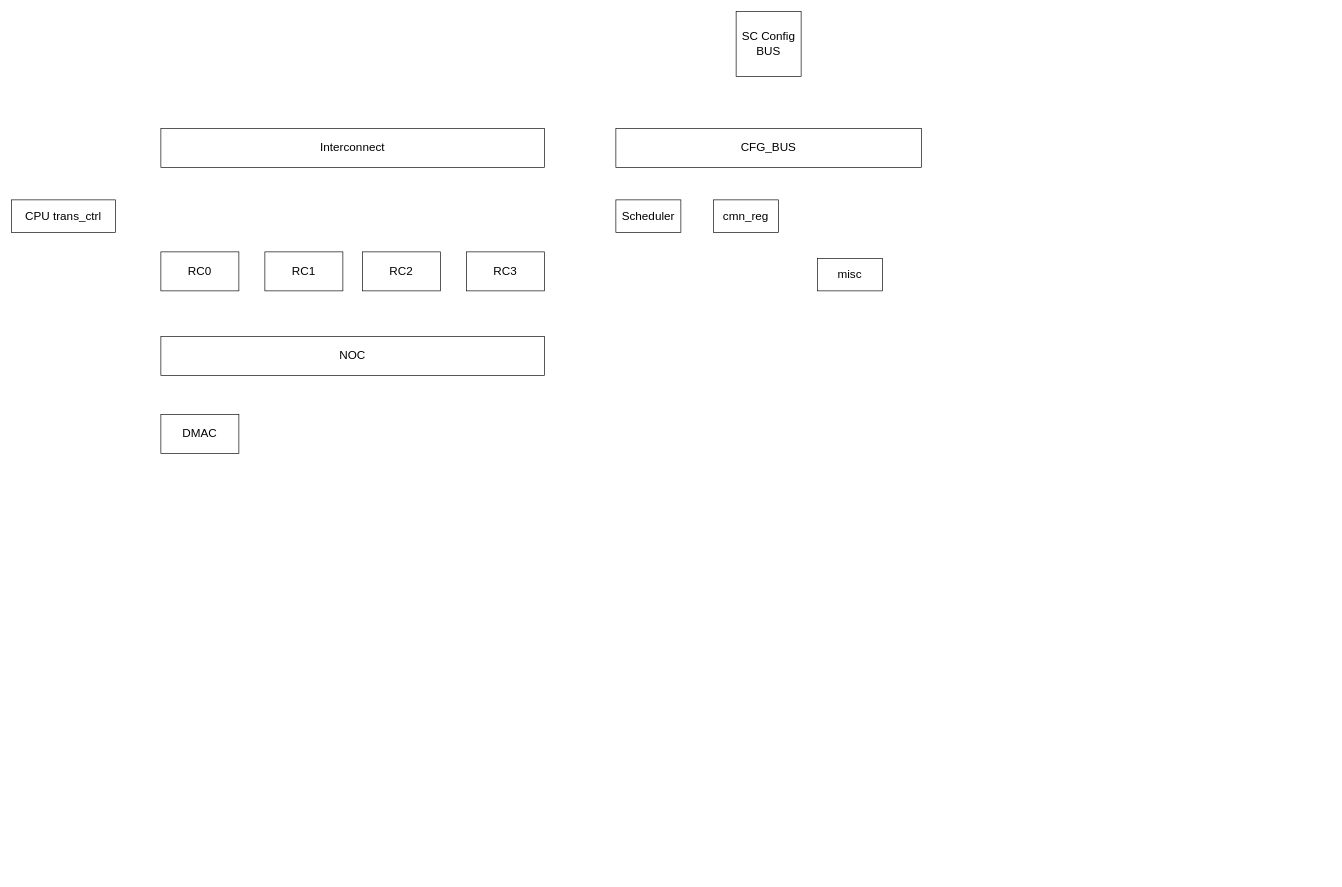
ASIC-Design/test keeps this draw.io diagram as page "Page-6" (6 of 7) of Untitled Diagram.drawio. Above is the earlier version. Source tidied: cells renumbered, new cells numbered last; positions are measured from the earlier drawing's top-left corner, leaving out a move shared by most shapes. Both pictures are drawn from the tidied source at 65%, with x=0, y=0 at pixel (11, 11).
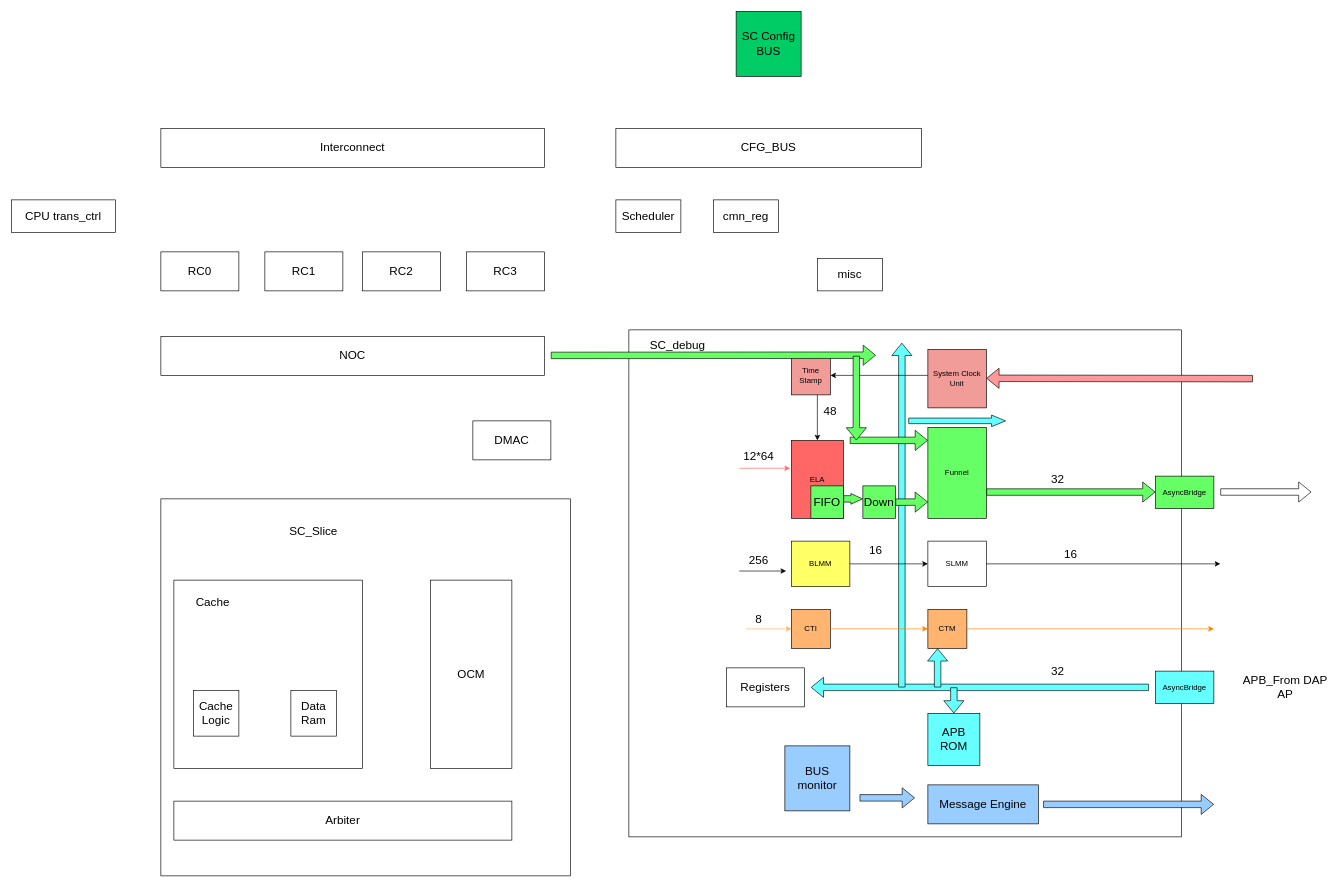
Above is the later version.

The edit, as a diff of the source:
```diff
@@
+    <mxCell id="15" style="rounded=0;whiteSpace=wrap;html=1;fontSize=18;" parent="1" vertex="1">
+      <mxGeometry x="950" y="490" width="850" height="780" as="geometry" />
+    </mxCell>
+    <mxCell id="16" style="rounded=0;whiteSpace=wrap;html=1;fontSize=18;strokeColor=#000000;fillColor=#FFFFFF;" parent="1" vertex="1">
+      <mxGeometry x="230" y="750" width="630" height="580" as="geometry" />
+    </mxCell>
@@
     <mxCell id="9" value="DMAC" style="rounded=0;whiteSpace=wrap;html=1;fontSize=18;" parent="1" vertex="1">
-      <mxGeometry x="230" y="620" width="120" height="60" as="geometry" />
+      <mxGeometry x="710" y="630" width="120" height="60" as="geometry" />
     </mxCell>
@@
-    <mxCell id="14" value="SC Config BUS" style="whiteSpace=wrap;html=1;fontSize=18;" parent="1" vertex="1">
+    <mxCell id="14" value="SC Config BUS" style="whiteSpace=wrap;html=1;fontSize=18;fillColor=#00CC66;" parent="1" vertex="1">
       <mxGeometry x="1115" width="100" height="100" as="geometry" />
     </mxCell>
+    <mxCell id="17" value="ELA" style="rounded=0;whiteSpace=wrap;html=1;fillColor=#FF6666;" parent="1" vertex="1">
+      <mxGeometry x="1200" y="660" width="80" height="120" as="geometry" />
+    </mxCell>
+    <mxCell id="18" value="BLMM" style="rounded=0;whiteSpace=wrap;html=1;fillColor=#FFFF66;" parent="1" vertex="1">
+      <mxGeometry x="1200" y="815" width="90" height="70" as="geometry" />
+    </mxCell>
+    <mxCell id="19" value="Funnel" style="rounded=0;whiteSpace=wrap;html=1;fillColor=#66FF66;" parent="1" vertex="1">
+      <mxGeometry x="1410" y="640" width="90" height="140" as="geometry" />
+    </mxCell>
+    <mxCell id="20" value="SLMM" style="rounded=0;whiteSpace=wrap;html=1;" parent="1" vertex="1">
+      <mxGeometry x="1410" y="815" width="90" height="70" as="geometry" />
+    </mxCell>
+    <mxCell id="21" value="CTI" style="whiteSpace=wrap;html=1;fillColor=#FFB570;" parent="1" vertex="1">
+      <mxGeometry x="1200" y="920" width="60" height="60" as="geometry" />
+    </mxCell>
+    <mxCell id="22" value="CTM" style="whiteSpace=wrap;html=1;fillColor=#FFB570;" parent="1" vertex="1">
+      <mxGeometry x="1410" y="920" width="60" height="60" as="geometry" />
+    </mxCell>
+    <mxCell id="23" style="shape=flexArrow;endArrow=classic;html=1;rounded=0;" parent="1" edge="1">
+      <mxGeometry relative="1" as="geometry">
+        <mxPoint x="1860" y="739.4" as="sourcePoint" />
+        <mxPoint x="2000" y="739.4" as="targetPoint" />
+      </mxGeometry>
+    </mxCell>
+    <mxCell id="24" style="shape=flexArrow;endArrow=classic;html=1;rounded=0;fillColor=#66FF66;" parent="1" edge="1">
+      <mxGeometry relative="1" as="geometry">
+        <mxPoint x="1500" y="739.5" as="sourcePoint" />
+        <mxPoint x="1760" y="739.5" as="targetPoint" />
+      </mxGeometry>
+    </mxCell>
+    <mxCell id="25" value="AsyncBridge" style="rounded=0;whiteSpace=wrap;html=1;strokeColor=#000000;fillColor=#66FF66;" parent="1" vertex="1">
+      <mxGeometry x="1760" y="715" width="90" height="50" as="geometry" />
+    </mxCell>
+    <mxCell id="26" value="Time Stamp" style="whiteSpace=wrap;html=1;fillColor=#F19C99;" parent="1" vertex="1">
+      <mxGeometry x="1200" y="530" width="60" height="60" as="geometry" />
+    </mxCell>
+    <mxCell id="27" style="shape=flexArrow;endArrow=classic;html=1;rounded=0;fillColor=#FF9999;" parent="1" edge="1">
+      <mxGeometry relative="1" as="geometry">
+        <mxPoint x="1910" y="565" as="sourcePoint" />
+        <mxPoint x="1500" y="564.5" as="targetPoint" />
+      </mxGeometry>
+    </mxCell>
+    <mxCell id="28" value="System Clock Unit" style="whiteSpace=wrap;html=1;fillColor=#F19C99;" parent="1" vertex="1">
+      <mxGeometry x="1410" y="520" width="90" height="90" as="geometry" />
+    </mxCell>
+    <mxCell id="29" value="BUS monitor" style="whiteSpace=wrap;html=1;fontSize=18;fillColor=#99CCFF;" parent="1" vertex="1">
+      <mxGeometry x="1190" y="1130" width="100" height="100" as="geometry" />
+    </mxCell>
+    <mxCell id="30" value="APB ROM" style="whiteSpace=wrap;html=1;fontSize=18;fillColor=#66FFFF;" parent="1" vertex="1">
+      <mxGeometry x="1410" y="1080" width="80" height="80" as="geometry" />
+    </mxCell>
+    <mxCell id="31" style="shape=flexArrow;endArrow=classic;html=1;rounded=0;fontSize=18;fillColor=#66FFFF;" parent="1" edge="1">
+      <mxGeometry relative="1" as="geometry">
+        <mxPoint x="1750" y="1040" as="sourcePoint" />
+        <mxPoint x="1230" y="1040" as="targetPoint" />
+      </mxGeometry>
+    </mxCell>
+    <mxCell id="32" style="shape=flexArrow;endArrow=classic;html=1;rounded=0;fontSize=18;fillColor=#66FFFF;entryX=0.5;entryY=0;entryDx=0;entryDy=0;" parent="1" edge="1" target="30">
+      <mxGeometry relative="1" as="geometry">
+        <mxPoint x="1450" y="1040" as="sourcePoint" />
+      </mxGeometry>
+    </mxCell>
+    <mxCell id="33" style="shape=flexArrow;endArrow=classic;html=1;rounded=0;fontSize=18;fillColor=#66FFFF;" parent="1" edge="1">
+      <mxGeometry relative="1" as="geometry">
+        <mxPoint x="1370" y="1040" as="sourcePoint" />
+        <mxPoint x="1370" y="510" as="targetPoint" />
+      </mxGeometry>
+    </mxCell>
+    <mxCell id="34" style="shape=flexArrow;endArrow=classic;html=1;rounded=0;fontSize=18;fillColor=#66FFFF;entryX=0.25;entryY=1;entryDx=0;entryDy=0;" parent="1" edge="1" target="22">
+      <mxGeometry relative="1" as="geometry">
+        <mxPoint x="1425" y="1040" as="sourcePoint" />
+      </mxGeometry>
+    </mxCell>
+    <mxCell id="35" style="shape=flexArrow;endArrow=classic;html=1;rounded=0;fontSize=18;fillColor=#66FFFF;width=8.571428571428571;endSize=6.8428571428571425;endWidth=8.299319727891158;" parent="1" edge="1">
+      <mxGeometry relative="1" as="geometry">
+        <mxPoint x="1380" y="630" as="sourcePoint" />
+        <mxPoint x="1530" y="630" as="targetPoint" />
+      </mxGeometry>
+    </mxCell>
+    <mxCell id="36" style="endArrow=classic;html=1;rounded=0;fontSize=18;fillColor=#66FF66;exitX=1;exitY=0.5;exitDx=0;exitDy=0;" parent="1" edge="1" source="18">
+      <mxGeometry relative="1" as="geometry">
+        <mxPoint x="1410" y="850" as="targetPoint" />
+      </mxGeometry>
+    </mxCell>
+    <mxCell id="37" style="endArrow=classic;html=1;rounded=0;fontSize=18;fillColor=#66FF66;entryX=-0.089;entryY=0.657;entryDx=0;entryDy=0;entryPerimeter=0;" parent="1" edge="1" target="18">
+      <mxGeometry relative="1" as="geometry">
+        <mxPoint x="1120" y="861" as="sourcePoint" />
+      </mxGeometry>
+    </mxCell>
+    <mxCell id="38" style="endArrow=classic;html=1;rounded=0;fontSize=18;fillColor=#66FF66;exitX=1;exitY=0.5;exitDx=0;exitDy=0;" parent="1" edge="1" source="20">
+      <mxGeometry relative="1" as="geometry">
+        <mxPoint x="1860" y="850" as="targetPoint" />
+      </mxGeometry>
+    </mxCell>
+    <mxCell id="39" style="endArrow=classic;html=1;rounded=0;fontSize=18;fillColor=#66FF66;entryX=1;entryY=0.5;entryDx=0;entryDy=0;" parent="1" edge="1" target="26">
+      <mxGeometry relative="1" as="geometry">
+        <mxPoint x="1410" y="560" as="sourcePoint" />
+      </mxGeometry>
+    </mxCell>
+    <mxCell id="40" style="endArrow=classic;html=1;rounded=0;fontSize=18;fillColor=#66FF66;entryX=0.5;entryY=0;entryDx=0;entryDy=0;" parent="1" edge="1" target="17">
+      <mxGeometry relative="1" as="geometry">
+        <mxPoint x="1240" y="590" as="sourcePoint" />
+      </mxGeometry>
+    </mxCell>
+    <mxCell id="41" style="endArrow=classic;html=1;rounded=0;fontSize=18;fillColor=#66FF66;entryX=-0.025;entryY=0.358;entryDx=0;entryDy=0;entryPerimeter=0;strokeColor=#FF6666;" parent="1" edge="1" target="17">
+      <mxGeometry relative="1" as="geometry">
+        <mxPoint x="1120" y="703" as="sourcePoint" />
+      </mxGeometry>
+    </mxCell>
+    <mxCell id="42" value="256" style="text;html=1;strokeColor=none;fillColor=none;align=center;verticalAlign=middle;whiteSpace=wrap;rounded=0;fontSize=18;" parent="1" vertex="1">
+      <mxGeometry x="1120" y="830" width="60" height="30" as="geometry" />
+    </mxCell>
+    <mxCell id="43" value="16" style="text;html=1;strokeColor=none;fillColor=none;align=center;verticalAlign=middle;whiteSpace=wrap;rounded=0;fontSize=18;" parent="1" vertex="1">
+      <mxGeometry x="1600" y="820" width="60" height="30" as="geometry" />
+    </mxCell>
+    <mxCell id="44" value="12*64" style="text;html=1;strokeColor=none;fillColor=none;align=center;verticalAlign=middle;whiteSpace=wrap;rounded=0;fontSize=18;" parent="1" vertex="1">
+      <mxGeometry x="1120" y="670" width="60" height="30" as="geometry" />
+    </mxCell>
+    <mxCell id="45" value="48" style="text;html=1;strokeColor=none;fillColor=none;align=center;verticalAlign=middle;whiteSpace=wrap;rounded=0;fontSize=18;" parent="1" vertex="1">
+      <mxGeometry x="1230" y="600" width="60" height="30" as="geometry" />
+    </mxCell>
+    <mxCell id="46" value="32" style="text;html=1;strokeColor=none;fillColor=none;align=center;verticalAlign=middle;whiteSpace=wrap;rounded=0;fontSize=18;" parent="1" vertex="1">
+      <mxGeometry x="1580" y="705" width="60" height="30" as="geometry" />
+    </mxCell>
+    <mxCell id="47" value="32" style="text;html=1;strokeColor=none;fillColor=none;align=center;verticalAlign=middle;whiteSpace=wrap;rounded=0;fontSize=18;" parent="1" vertex="1">
+      <mxGeometry x="1580" y="1000" width="60" height="30" as="geometry" />
+    </mxCell>
+    <mxCell id="48" style="endArrow=classic;html=1;rounded=0;fontSize=18;fillColor=#66FF66;entryX=0;entryY=0.5;entryDx=0;entryDy=0;strokeColor=#FFB570;" parent="1" edge="1" target="21">
+      <mxGeometry relative="1" as="geometry">
+        <mxPoint x="1130" y="950" as="sourcePoint" />
+      </mxGeometry>
+    </mxCell>
+    <mxCell id="49" value="8" style="text;html=1;strokeColor=none;fillColor=none;align=center;verticalAlign=middle;whiteSpace=wrap;rounded=0;fontSize=18;" parent="1" vertex="1">
+      <mxGeometry x="1120" y="920" width="60" height="30" as="geometry" />
+    </mxCell>
+    <mxCell id="50" style="endArrow=classic;html=1;rounded=0;fontSize=18;fillColor=#FFD966;entryX=0;entryY=0.5;entryDx=0;entryDy=0;exitX=1;exitY=0.5;exitDx=0;exitDy=0;strokeColor=#FF8000;" parent="1" edge="1" source="21" target="22">
+      <mxGeometry relative="1" as="geometry" />
+    </mxCell>
+    <mxCell id="51" style="endArrow=classic;html=1;rounded=0;fontSize=18;fillColor=#66FF66;exitX=1;exitY=0.5;exitDx=0;exitDy=0;strokeColor=#FF8000;" parent="1" edge="1" source="22">
+      <mxGeometry relative="1" as="geometry">
+        <mxPoint x="1850" y="950" as="targetPoint" />
+      </mxGeometry>
+    </mxCell>
+    <mxCell id="52" value="Message Engine" style="rounded=0;whiteSpace=wrap;html=1;fontSize=18;fillColor=#99CCFF;" parent="1" vertex="1">
+      <mxGeometry x="1410" y="1190" width="170" height="60" as="geometry" />
+    </mxCell>
+    <mxCell id="53" style="shape=flexArrow;endArrow=classic;html=1;rounded=0;fontSize=18;fillColor=#66FF66;endWidth=5.517241379310345;endSize=5.675862068965518;" parent="1" edge="1">
+      <mxGeometry relative="1" as="geometry">
+        <mxPoint x="1280" y="750" as="sourcePoint" />
+        <mxPoint x="1310" y="750" as="targetPoint" />
+      </mxGeometry>
+    </mxCell>
+    <mxCell id="54" value="Down" style="whiteSpace=wrap;html=1;fontSize=18;fillColor=#66FF66;" parent="1" vertex="1">
+      <mxGeometry x="1310" y="730" width="50" height="50" as="geometry" />
+    </mxCell>
+    <mxCell id="55" style="shape=flexArrow;endArrow=classic;html=1;rounded=0;fontSize=18;fillColor=#66FF66;" parent="1" edge="1">
+      <mxGeometry relative="1" as="geometry">
+        <mxPoint x="1360" y="755.1" as="sourcePoint" />
+        <mxPoint x="1410" y="754.8" as="targetPoint" />
+      </mxGeometry>
+    </mxCell>
+    <mxCell id="56" value="FIFO" style="whiteSpace=wrap;html=1;fontSize=18;fillColor=#66FF66;" parent="1" vertex="1">
+      <mxGeometry x="1230" y="730" width="50" height="50" as="geometry" />
+    </mxCell>
+    <mxCell id="57" style="shape=flexArrow;endArrow=classic;html=1;rounded=0;fontSize=18;fillColor=#99CCFF;" parent="1" edge="1">
+      <mxGeometry relative="1" as="geometry">
+        <mxPoint x="1305" y="1210" as="sourcePoint" />
+        <mxPoint x="1390" y="1210" as="targetPoint" />
+      </mxGeometry>
+    </mxCell>
+    <mxCell id="58" style="shape=flexArrow;endArrow=classic;html=1;rounded=0;fontSize=18;fillColor=#99CCFF;" parent="1" edge="1">
+      <mxGeometry relative="1" as="geometry">
+        <mxPoint x="1587.5" y="1220" as="sourcePoint" />
+        <mxPoint x="1850" y="1220" as="targetPoint" />
+      </mxGeometry>
+    </mxCell>
+    <mxCell id="59" value="Registers" style="rounded=0;whiteSpace=wrap;html=1;fontSize=18;" parent="1" vertex="1">
+      <mxGeometry x="1100" y="1010" width="120" height="60" as="geometry" />
+    </mxCell>
+    <mxCell id="60" value="AsyncBridge" style="rounded=0;whiteSpace=wrap;html=1;fillColor=#66FFFF;" parent="1" vertex="1">
+      <mxGeometry x="1760" y="1015" width="90" height="50" as="geometry" />
+    </mxCell>
+    <mxCell id="61" value="SC_debug" style="text;html=1;strokeColor=none;fillColor=none;align=center;verticalAlign=middle;whiteSpace=wrap;rounded=0;fontSize=18;" parent="1" vertex="1">
+      <mxGeometry x="970" y="499" width="110" height="30" as="geometry" />
+    </mxCell>
+    <mxCell id="62" value="16" style="text;html=1;strokeColor=none;fillColor=none;align=center;verticalAlign=middle;whiteSpace=wrap;rounded=0;fontSize=18;" parent="1" vertex="1">
+      <mxGeometry x="1300" y="815" width="60" height="30" as="geometry" />
+    </mxCell>
+    <mxCell id="63" value="APB_From DAP AP" style="text;html=1;strokeColor=none;fillColor=none;align=center;verticalAlign=middle;whiteSpace=wrap;rounded=0;fontSize=18;" parent="1" vertex="1">
+      <mxGeometry x="1890" y="1025" width="140" height="30" as="geometry" />
+    </mxCell>
+    <mxCell id="64" style="whiteSpace=wrap;html=1;fontSize=18;" parent="1" vertex="1">
+      <mxGeometry x="250" y="875" width="290" height="290" as="geometry" />
+    </mxCell>
+    <mxCell id="65" value="Cache&lt;br&gt;Logic" style="whiteSpace=wrap;html=1;fontSize=18;" parent="1" vertex="1">
+      <mxGeometry x="280" y="1045" width="70" height="70" as="geometry" />
+    </mxCell>
+    <mxCell id="66" value="Data&lt;br&gt;Ram" style="whiteSpace=wrap;html=1;fontSize=18;" parent="1" vertex="1">
+      <mxGeometry x="430" y="1045" width="70" height="70" as="geometry" />
+    </mxCell>
+    <mxCell id="67" value="OCM" style="rounded=0;whiteSpace=wrap;html=1;fontSize=18;" parent="1" vertex="1">
+      <mxGeometry x="645" y="875" width="125" height="290" as="geometry" />
+    </mxCell>
+    <mxCell id="68" value="Arbiter" style="rounded=0;whiteSpace=wrap;html=1;fontSize=18;" parent="1" vertex="1">
+      <mxGeometry x="250" y="1215" width="520" height="60" as="geometry" />
+    </mxCell>
+    <mxCell id="69" value="SC_Slice" style="text;html=1;strokeColor=none;fillColor=none;align=center;verticalAlign=middle;whiteSpace=wrap;rounded=0;fontSize=18;" parent="1" vertex="1">
+      <mxGeometry x="365" y="785" width="200" height="30" as="geometry" />
+    </mxCell>
+    <mxCell id="70" value="Cache" style="text;html=1;strokeColor=none;fillColor=none;align=center;verticalAlign=middle;whiteSpace=wrap;rounded=0;fontSize=18;" parent="1" vertex="1">
+      <mxGeometry x="270" y="895" width="80" height="30" as="geometry" />
+    </mxCell>
+    <mxCell id="71" style="shape=flexArrow;endArrow=classic;html=1;rounded=0;fontSize=18;fillColor=#66FF66;" parent="1" edge="1">
+      <mxGeometry relative="1" as="geometry">
+        <mxPoint x="830" y="529.3" as="sourcePoint" />
+        <mxPoint x="1330" y="529" as="targetPoint" />
+      </mxGeometry>
+    </mxCell>
+    <mxCell id="72" style="shape=flexArrow;endArrow=classic;html=1;rounded=0;fontSize=18;fillColor=#66FF66;" parent="1" edge="1">
+      <mxGeometry relative="1" as="geometry">
+        <mxPoint x="1290" y="660" as="sourcePoint" />
+        <mxPoint x="1410" y="660" as="targetPoint" />
+      </mxGeometry>
+    </mxCell>
+    <mxCell id="73" style="shape=flexArrow;endArrow=classic;html=1;rounded=0;fontSize=18;fillColor=#66FF66;" parent="1" edge="1">
+      <mxGeometry relative="1" as="geometry">
+        <mxPoint x="1300" y="530" as="sourcePoint" />
+        <mxPoint x="1300" y="660" as="targetPoint" />
+      </mxGeometry>
+    </mxCell>
```
